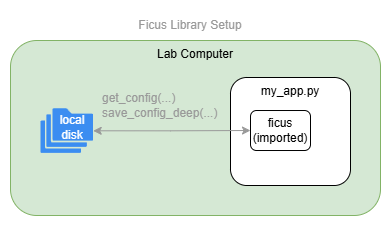
Above: assets/local_ficus_setup.drawio.png in AllenNeuralDynamics/ficus (draw.io), before the change. Source tidied: cells renumbered, new cells last; positions are measured from the earlier drawing's top-left corner, leaving out a move shared by most shapes.
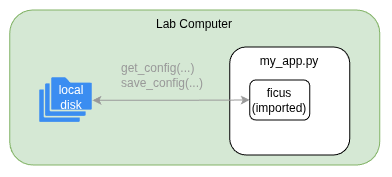
Later version of the same file.

Change to the diagram source:
```diff
@@ -3,7 +3,7 @@
     <mxCell id="0" />
     <mxCell id="1" parent="0" />
     <mxCell id="2" value="Lab Computer" style="rounded=1;whiteSpace=wrap;html=1;verticalAlign=top;fillColor=#d5e8d4;strokeColor=#82b366;" parent="1" vertex="1">
-      <mxGeometry y="30" width="370" height="175" as="geometry" />
+      <mxGeometry y="30" width="370" height="155" as="geometry" />
     </mxCell>
     <mxCell id="3" value="my_app.py" style="rounded=1;whiteSpace=wrap;html=1;verticalAlign=top;" parent="1" vertex="1">
       <mxGeometry x="220" y="67" width="120" height="108" as="geometry" />
@@ -20,11 +20,8 @@
     <mxCell id="7" value="&lt;font style=&quot;&quot;&gt;local&lt;/font&gt;&lt;div&gt;&lt;font style=&quot;&quot;&gt;disk&lt;/font&gt;&lt;/div&gt;" style="text;html=1;whiteSpace=wrap;strokeColor=none;fillColor=none;align=center;verticalAlign=middle;rounded=0;fontColor=#FFFFFF;" parent="1" vertex="1">
       <mxGeometry x="44" y="102" width="36" height="30" as="geometry" />
     </mxCell>
-    <mxCell id="8" value="&lt;font style=&quot;color: rgb(153, 153, 153);&quot;&gt;get_config(...)&lt;/font&gt;&lt;div&gt;&lt;font style=&quot;color: rgb(153, 153, 153);&quot;&gt;save_config_deep(...)&lt;/font&gt;&lt;/div&gt;" style="text;html=1;whiteSpace=wrap;strokeColor=none;fillColor=none;align=left;verticalAlign=middle;rounded=0;" parent="1" vertex="1">
-      <mxGeometry x="90" y="75" width="120" height="40" as="geometry" />
+    <mxCell id="8" value="&lt;font style=&quot;color: rgb(153, 153, 153);&quot;&gt;get_config(...)&lt;/font&gt;&lt;div&gt;&lt;font style=&quot;color: rgb(153, 153, 153);&quot;&gt;save_config(...)&lt;/font&gt;&lt;/div&gt;" style="text;html=1;whiteSpace=wrap;strokeColor=none;fillColor=none;align=left;verticalAlign=middle;rounded=0;" parent="1" vertex="1">
+      <mxGeometry x="110" y="75" width="100" height="40" as="geometry" />
     </mxCell>
-    <mxCell id="9" value="Ficus Library Setup" style="text;html=1;whiteSpace=wrap;strokeColor=none;fillColor=none;align=center;verticalAlign=middle;rounded=0;fontColor=#999999;" parent="1" vertex="1">
-      <mxGeometry x="90" width="180" height="30" as="geometry" />
-    </mxCell>
   </root>
 </mxGraphModel>
```
